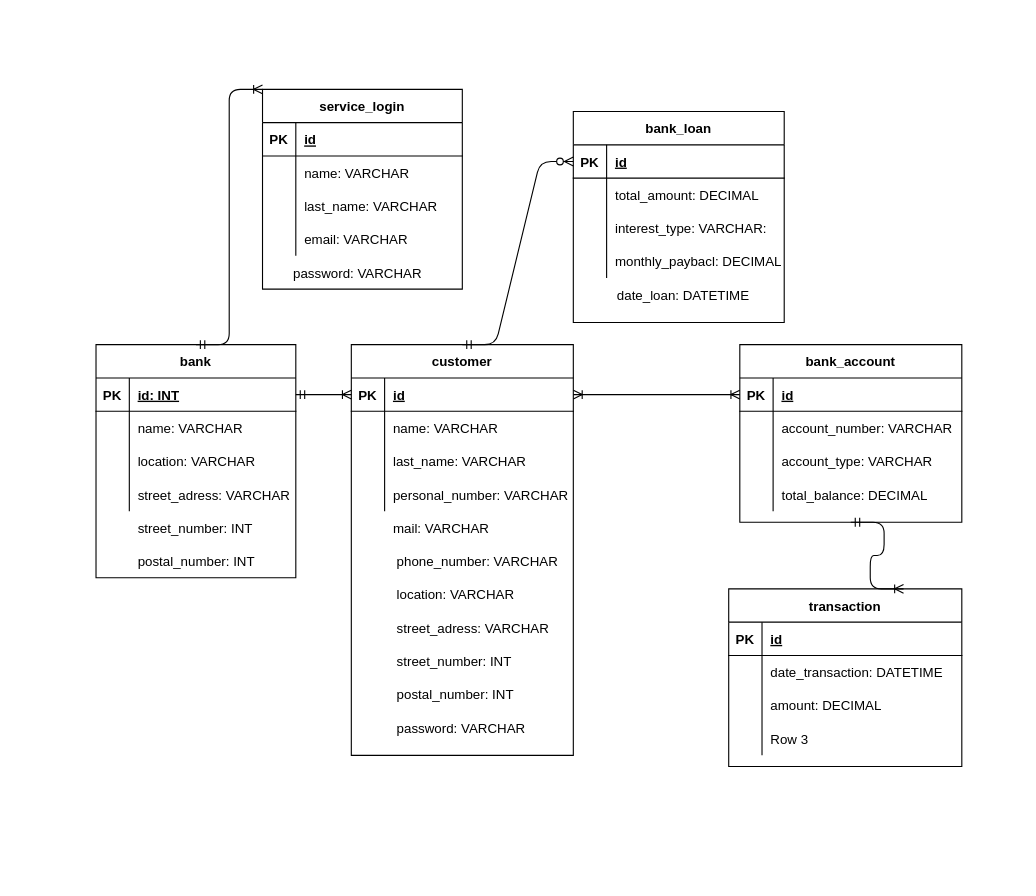
This is ErBank.drawio from Svaaan/svansbank, a draw.io file, before an edit. Source tidied: cells renumbered, new cells numbered last; positions are measured from the earlier drawing's top-left corner, leaving out a move shared by most shapes. Both pictures are drawn from the tidied source at 111%, with x=0, y=0 at pixel (95, 89).
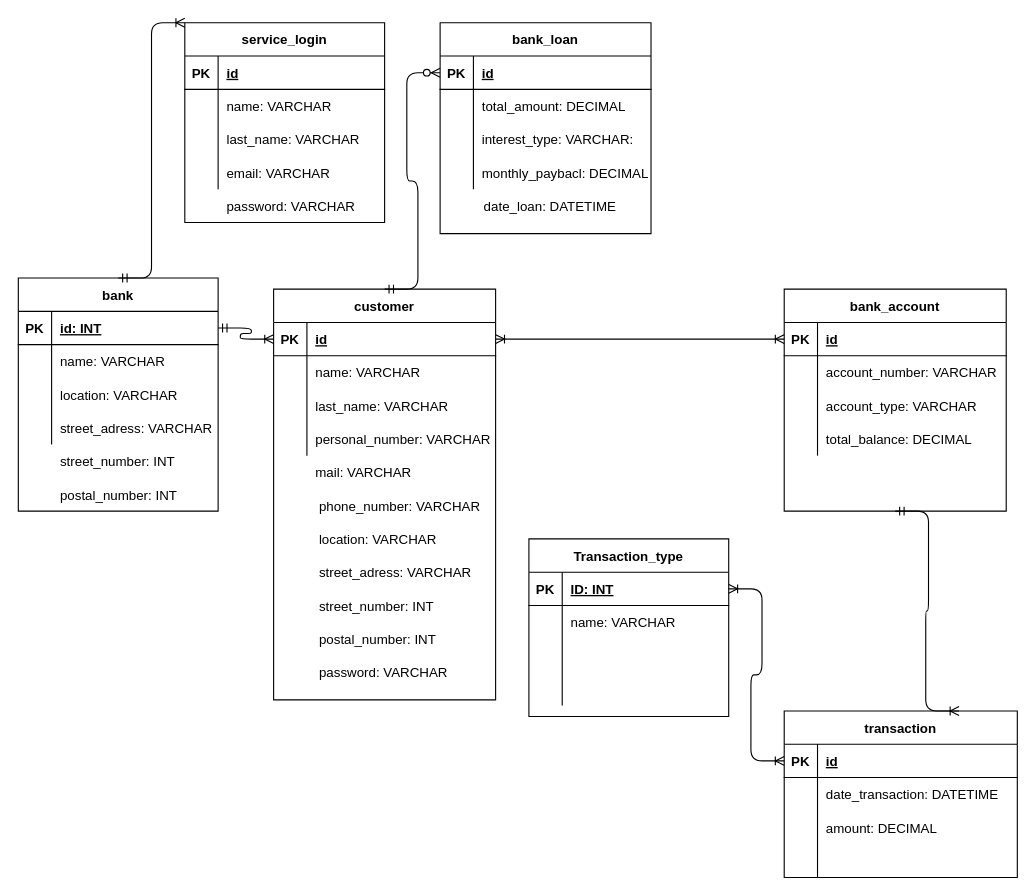
The same diagram, later.

Commit message (it also covers changes not shown here):
final touch på koppling och er diagrammen

The change refers to these unchanged cells:
```xml
<mxCell id="28" style="shape=partialRectangle;fillColor=none;top=0;left=0;bottom=0;right=0;points=[[0,0.5],[1,0.5]];portConstraint=eastwest;" parent="21" vertex="1">
  <mxGeometry y="90" width="200" height="30" as="geometry" />
</mxCell>
<mxCell id="68" style="shape=partialRectangle;fillColor=none;top=0;left=0;bottom=1;right=0;points=[[0,0.5],[1,0.5]];portConstraint=eastwest;" parent="67" vertex="1">
  <mxGeometry y="30" width="210" height="30" as="geometry" />
</mxCell>
<mxCell id="77" style="shape=partialRectangle;fillColor=none;top=0;left=0;bottom=0;right=0;" parent="67" vertex="1">
  <mxGeometry y="120" width="210" height="30" as="geometry" />
</mxCell>
```

The edit, as a diff of the source:
```diff
@@
     <mxCell id="2" value="bank" style="shape=table;startSize=30;childLayout=tableLayout;rowLines=0;fontStyle=1;align=center;" parent="1" vertex="1">
-      <mxGeometry y="230" width="180" height="210" as="geometry" />
+      <mxGeometry x="-70" y="170" width="180" height="210" as="geometry" />
     </mxCell>
@@
     <mxCell id="15" style="shape=partialRectangle;fillColor=none;top=0;left=0;bottom=0;right=0;" parent="1" vertex="1">
-      <mxGeometry y="380" width="180" height="30" as="geometry" />
+      <mxGeometry x="-70" y="320" width="180" height="30" as="geometry" />
     </mxCell>
@@
     <mxCell id="18" style="shape=partialRectangle;fillColor=none;top=0;left=0;bottom=0;right=0;" parent="1" vertex="1">
-      <mxGeometry y="410" width="180" height="30" as="geometry" />
+      <mxGeometry x="-70" y="350" width="180" height="30" as="geometry" />
     </mxCell>
@@
     <mxCell id="21" value="customer" style="shape=table;startSize=30;childLayout=tableLayout;rowLines=0;fontStyle=1;align=center;" parent="1" vertex="1">
-      <mxGeometry x="230" y="230" width="200" height="370" as="geometry" />
+      <mxGeometry x="160" y="180" width="200" height="370" as="geometry" />
     </mxCell>
@@
     <mxCell id="34" style="shape=partialRectangle;fillColor=none;top=0;left=0;bottom=0;right=0;" parent="1" vertex="1">
-      <mxGeometry x="260" y="380" width="170" height="30" as="geometry" />
+      <mxGeometry x="190" y="330" width="170" height="30" as="geometry" />
     </mxCell>
@@
     <mxCell id="37" style="shape=partialRectangle;fillColor=none;top=0;left=0;bottom=0;right=0;" parent="1" vertex="1">
-      <mxGeometry x="230" y="410" width="200" height="30" as="geometry" />
+      <mxGeometry x="160" y="360" width="200" height="30" as="geometry" />
     </mxCell>
@@
     <mxCell id="40" style="shape=partialRectangle;fillColor=none;top=0;left=0;bottom=0;right=0;" parent="1" vertex="1">
-      <mxGeometry x="230" y="450" width="200" height="30" as="geometry" />
+      <mxGeometry x="160" y="400" width="200" height="30" as="geometry" />
     </mxCell>
@@
     <mxCell id="42" style="shape=partialRectangle;fillColor=none;top=0;left=0;bottom=0;right=0;" parent="1" vertex="1">
-      <mxGeometry x="230" y="470" width="200" height="30" as="geometry" />
+      <mxGeometry x="160" y="420" width="200" height="30" as="geometry" />
     </mxCell>
@@
     <mxCell id="45" style="shape=partialRectangle;fillColor=none;top=0;left=0;bottom=0;right=0;" parent="1" vertex="1">
-      <mxGeometry x="230" y="500" width="200" height="30" as="geometry" />
+      <mxGeometry x="160" y="450" width="200" height="30" as="geometry" />
     </mxCell>
@@
     <mxCell id="48" style="shape=partialRectangle;fillColor=none;top=0;left=0;bottom=0;right=0;" parent="1" vertex="1">
-      <mxGeometry x="230" y="530" width="200" height="30" as="geometry" />
+      <mxGeometry x="160" y="480" width="200" height="30" as="geometry" />
     </mxCell>
@@
     <mxCell id="52" value="bank_account" style="shape=table;startSize=30;childLayout=tableLayout;rowLines=0;fontStyle=1;align=center;" parent="1" vertex="1">
-      <mxGeometry x="580" y="230" width="200" height="160" as="geometry" />
+      <mxGeometry x="620" y="180" width="200" height="200" as="geometry" />
     </mxCell>
@@
-    <mxCell id="66" style="edgeStyle=none;html=1;" parent="1" edge="1" source="28">
-      <mxGeometry relative="1" as="geometry">
-        <mxPoint x="430" y="335" as="targetPoint" />
-      </mxGeometry>
-    </mxCell>
     <mxCell id="67" value="transaction" style="shape=table;startSize=30;childLayout=tableLayout;rowLines=0;fontStyle=1;align=center;" parent="1" vertex="1">
-      <mxGeometry x="570" y="450" width="210" height="160" as="geometry" />
+      <mxGeometry x="620" y="560" width="210" height="150" as="geometry" />
     </mxCell>
@@
-    <mxCell id="79" value="Row 3" style="shape=partialRectangle;fillColor=none;top=0;left=0;bottom=0;right=0;align=left;spacingLeft=6;overflow=hidden;" parent="77" vertex="1">
+    <mxCell id="79" style="shape=partialRectangle;fillColor=none;top=0;left=0;bottom=0;right=0;align=left;spacingLeft=6;overflow=hidden;" parent="77" vertex="1">
       <mxGeometry x="30" width="180" height="30" as="geometry" />
     </mxCell>
     <mxCell id="80" value="bank_loan" style="shape=table;startSize=30;childLayout=tableLayout;rowLines=0;fontStyle=1;align=center;" parent="1" vertex="1">
-      <mxGeometry x="430" y="20" width="190" height="190" as="geometry" />
+      <mxGeometry x="310" y="-60" width="190" height="190" as="geometry" />
     </mxCell>
@@
     <mxCell id="93" style="shape=partialRectangle;fillColor=none;top=0;left=0;bottom=0;right=0;" parent="1" vertex="1">
-      <mxGeometry x="430" y="170" width="190" height="30" as="geometry" />
+      <mxGeometry x="310" y="90" width="190" height="30" as="geometry" />
     </mxCell>
@@
     <mxCell id="97" value="service_login" style="shape=table;startSize=30;childLayout=tableLayout;rowLines=0;fontStyle=1;align=center;" parent="1" vertex="1">
-      <mxGeometry x="150" width="180" height="180" as="geometry" />
+      <mxGeometry x="80" y="-60" width="180" height="180" as="geometry" />
     </mxCell>
@@
     <mxCell id="110" style="shape=partialRectangle;fillColor=none;top=0;left=0;bottom=0;right=0;" parent="1" vertex="1">
-      <mxGeometry x="140" y="150" width="180" height="30" as="geometry" />
+      <mxGeometry x="80" y="90" width="180" height="30" as="geometry" />
     </mxCell>
@@
     <mxCell id="113" style="shape=partialRectangle;fillColor=none;top=0;left=0;bottom=0;right=0;" parent="1" vertex="1">
-      <mxGeometry x="230" y="560" width="200" height="30" as="geometry" />
+      <mxGeometry x="160" y="510" width="200" height="30" as="geometry" />
     </mxCell>
@@
+    <mxCell id="118" value="Transaction_type" style="shape=table;startSize=30;childLayout=tableLayout;rowLines=0;fontStyle=1;align=center;" parent="1" vertex="1">
+      <mxGeometry x="390" y="405" width="180" height="160" as="geometry" />
+    </mxCell>
+    <mxCell id="119" style="shape=partialRectangle;fillColor=none;top=0;left=0;bottom=1;right=0;" parent="118" vertex="1">
+      <mxGeometry y="30" width="180" height="30" as="geometry" />
+    </mxCell>
+    <mxCell id="120" value="PK" style="shape=partialRectangle;fillColor=none;top=0;left=0;bottom=0;right=0;fontStyle=1;overflow=hidden;" parent="119" vertex="1">
+      <mxGeometry width="30" height="30" as="geometry" />
+    </mxCell>
+    <mxCell id="121" value="ID: INT" style="shape=partialRectangle;fillColor=none;top=0;left=0;bottom=0;right=0;align=left;spacingLeft=6;fontStyle=5;overflow=hidden;" parent="119" vertex="1">
+      <mxGeometry x="30" width="150" height="30" as="geometry" />
+    </mxCell>
+    <mxCell id="122" style="shape=partialRectangle;fillColor=none;top=0;left=0;bottom=0;right=0;" parent="118" vertex="1">
+      <mxGeometry y="60" width="180" height="30" as="geometry" />
+    </mxCell>
+    <mxCell id="123" style="shape=partialRectangle;fillColor=none;top=0;left=0;bottom=0;right=0;overflow=hidden;" parent="122" vertex="1">
+      <mxGeometry width="30" height="30" as="geometry" />
+    </mxCell>
+    <mxCell id="124" value="name: VARCHAR" style="shape=partialRectangle;fillColor=none;top=0;left=0;bottom=0;right=0;align=left;spacingLeft=6;overflow=hidden;" parent="122" vertex="1">
+      <mxGeometry x="30" width="150" height="30" as="geometry" />
+    </mxCell>
+    <mxCell id="125" style="shape=partialRectangle;fillColor=none;top=0;left=0;bottom=0;right=0;" parent="118" vertex="1">
+      <mxGeometry y="90" width="180" height="30" as="geometry" />
+    </mxCell>
+    <mxCell id="126" style="shape=partialRectangle;fillColor=none;top=0;left=0;bottom=0;right=0;overflow=hidden;" parent="125" vertex="1">
+      <mxGeometry width="30" height="30" as="geometry" />
+    </mxCell>
+    <mxCell id="127" style="shape=partialRectangle;fillColor=none;top=0;left=0;bottom=0;right=0;align=left;spacingLeft=6;overflow=hidden;" parent="125" vertex="1">
+      <mxGeometry x="30" width="150" height="30" as="geometry" />
+    </mxCell>
+    <mxCell id="128" style="shape=partialRectangle;fillColor=none;top=0;left=0;bottom=0;right=0;" parent="118" vertex="1">
+      <mxGeometry y="120" width="180" height="30" as="geometry" />
+    </mxCell>
+    <mxCell id="129" style="shape=partialRectangle;fillColor=none;top=0;left=0;bottom=0;right=0;overflow=hidden;" parent="128" vertex="1">
+      <mxGeometry width="30" height="30" as="geometry" />
+    </mxCell>
+    <mxCell id="130" style="shape=partialRectangle;fillColor=none;top=0;left=0;bottom=0;right=0;align=left;spacingLeft=6;overflow=hidden;" parent="128" vertex="1">
+      <mxGeometry x="30" width="150" height="30" as="geometry" />
+    </mxCell>
+    <mxCell id="131" style="edgeStyle=entityRelationEdgeStyle;fontSize=12;html=1;endArrow=ERoneToMany;startArrow=ERoneToMany;entryX=0;entryY=0.5;entryDx=0;entryDy=0;" parent="1" edge="1" target="68">
+      <mxGeometry relative="1" as="geometry">
+        <mxPoint x="570" y="450" as="sourcePoint" />
+      </mxGeometry>
+    </mxCell>
```
